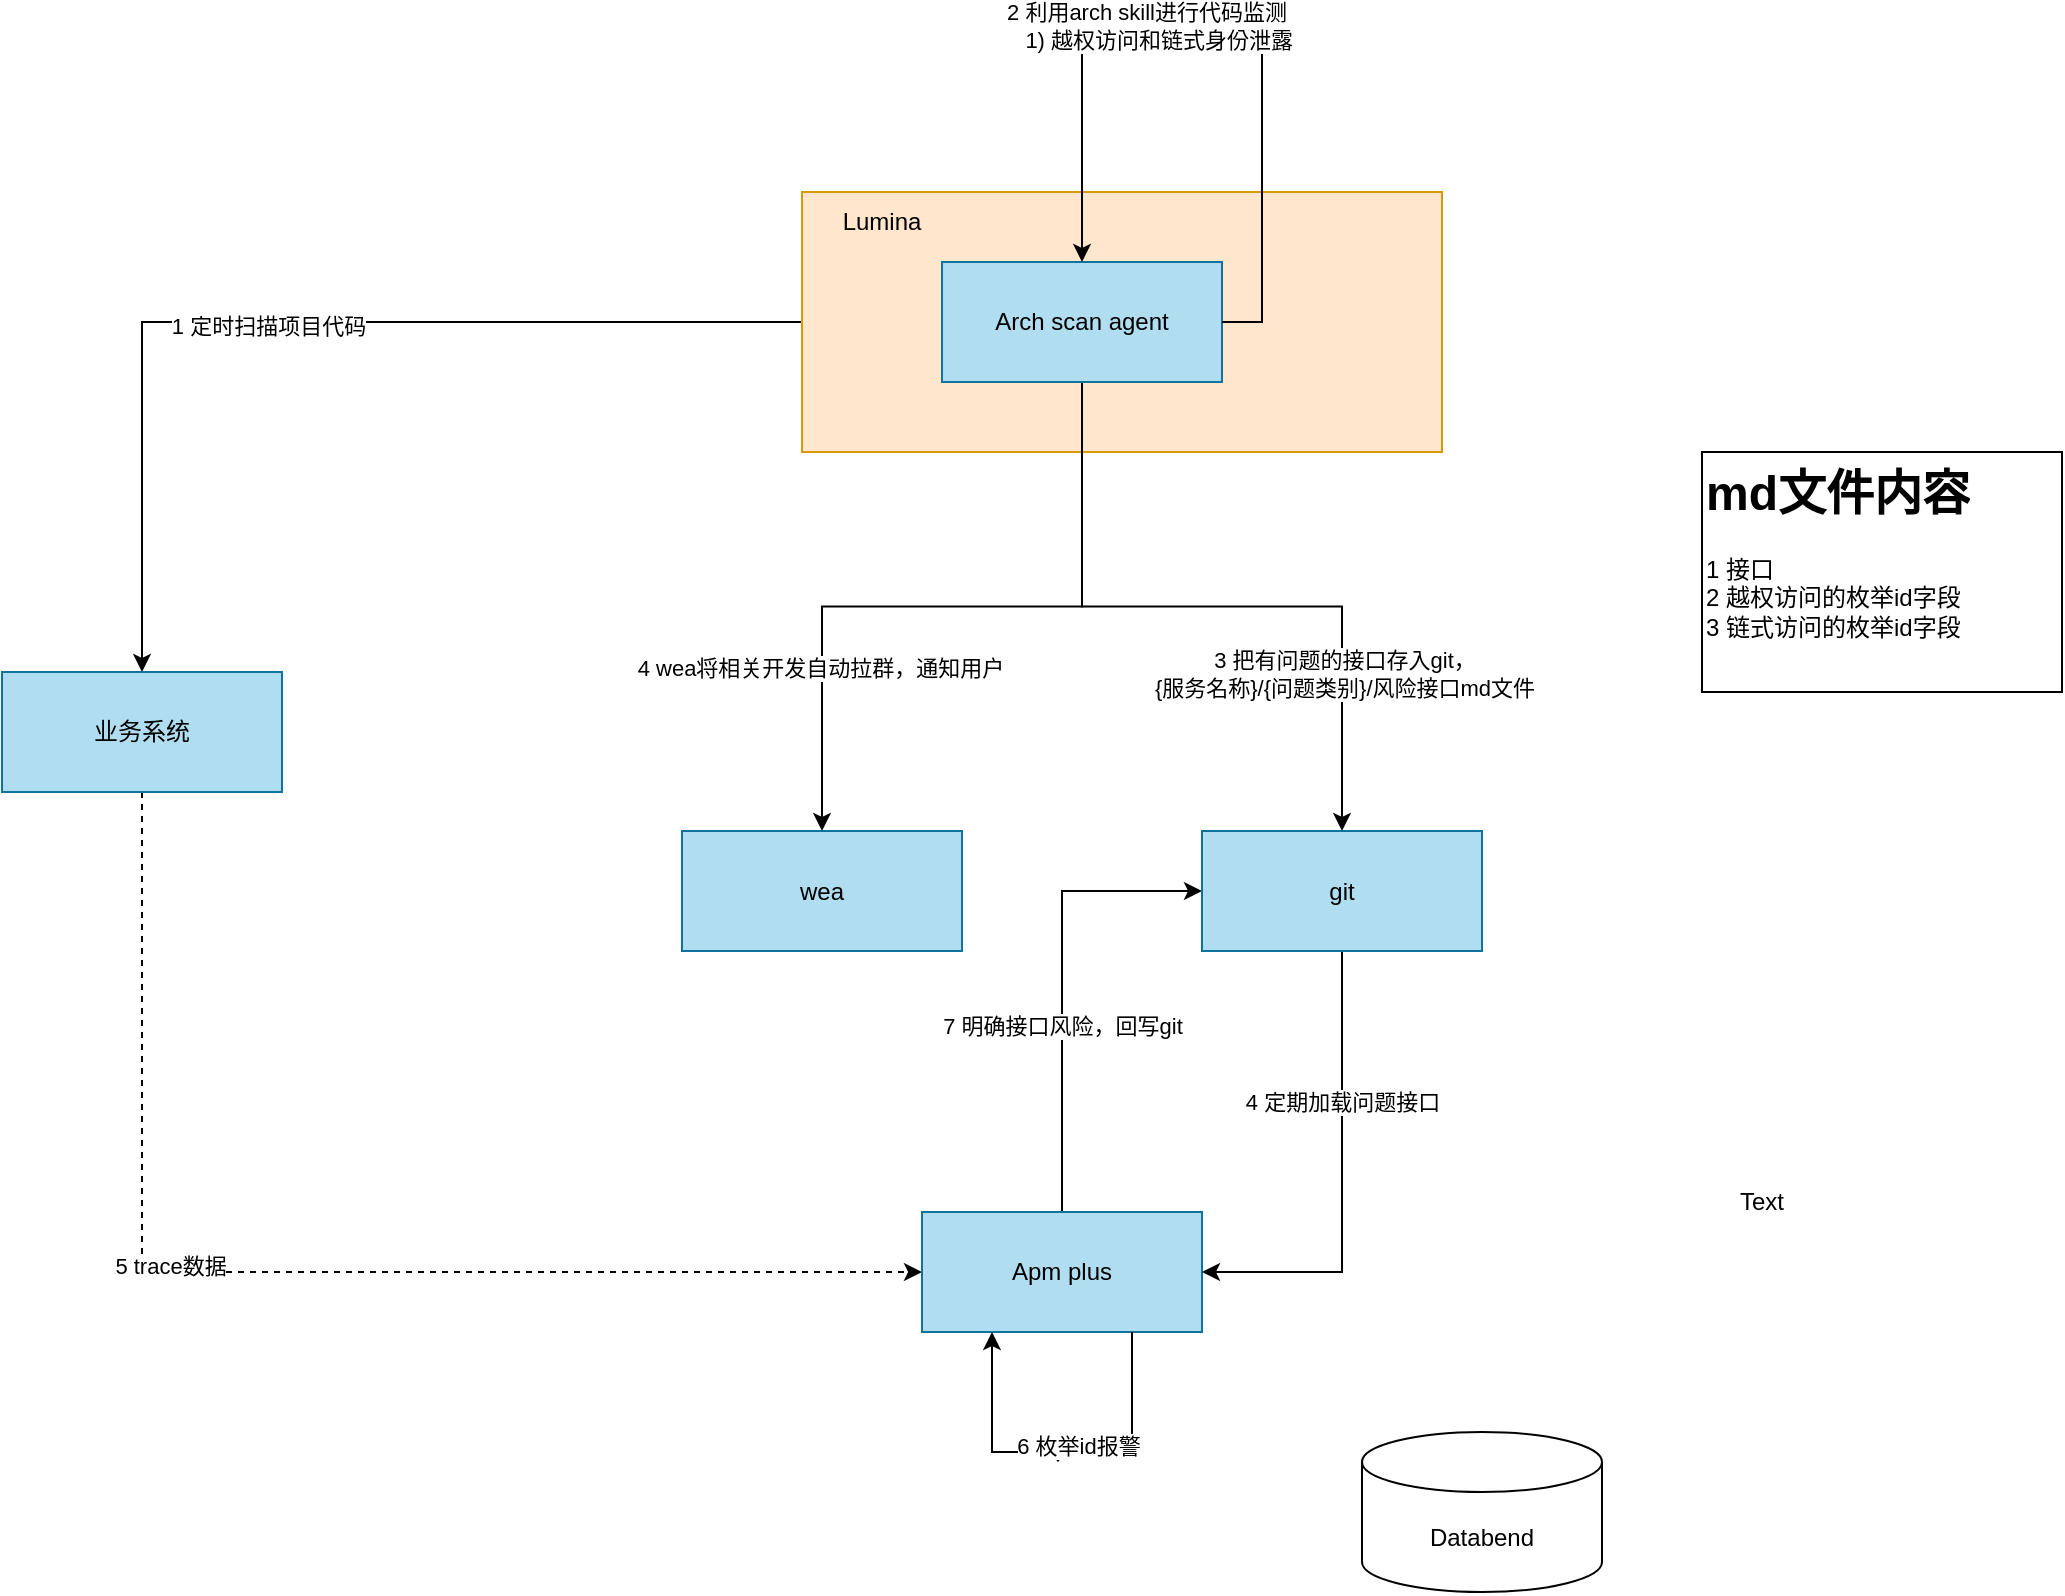
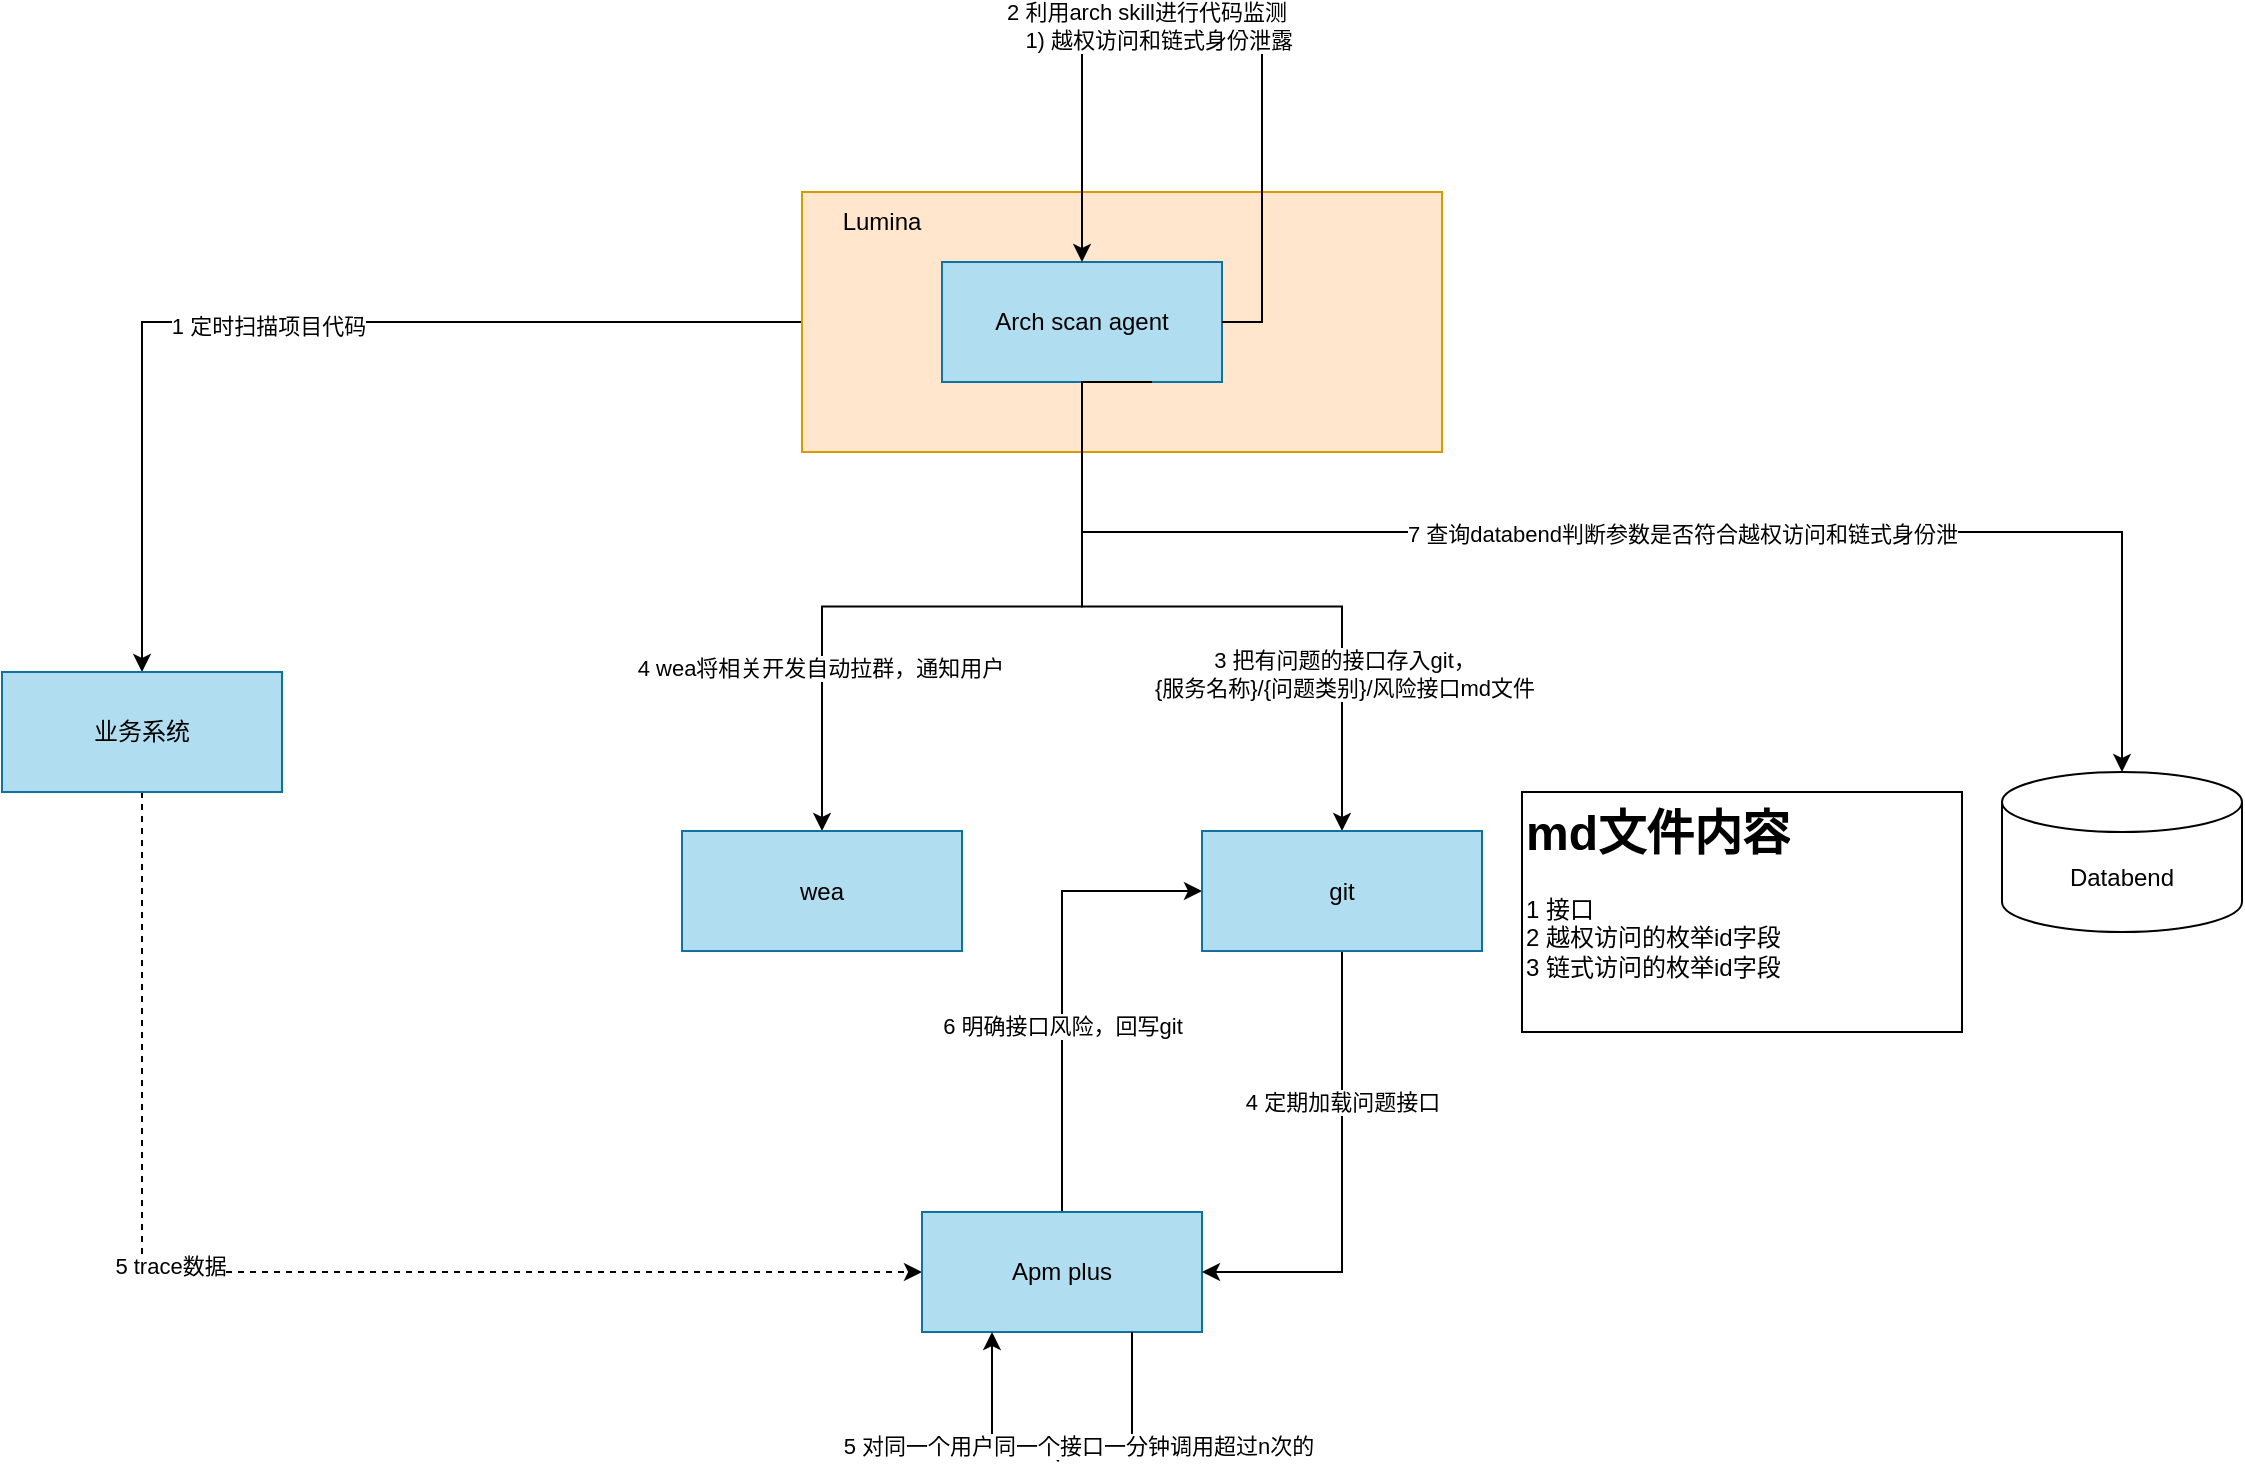
<mxfile host="app.diagrams.net">
  <diagram name="第 1 页" id="v4d0oD99BJNh_s1QToVL">
    <mxGraphModel dx="1222" dy="764" grid="1" gridSize="10" guides="1" tooltips="1" connect="1" arrows="1" fold="1" page="1" pageScale="1" pageWidth="3300" pageHeight="2339" math="0" shadow="0">
      <root>
        <mxCell id="0" />
        <mxCell id="1" parent="0" />
        <mxCell id="BZSGkBbcOcEUag34DBB_-2" edge="1" parent="1" source="SJECwPXb0EPlWWx2axZS-5" style="edgeStyle=orthogonalEdgeStyle;rounded=0;orthogonalLoop=1;jettySize=auto;html=1;exitX=0;exitY=0.5;exitDx=0;exitDy=0;" target="BZSGkBbcOcEUag34DBB_-1">
          <mxGeometry relative="1" as="geometry" />
        </mxCell>
        <mxCell id="BZSGkBbcOcEUag34DBB_-9" connectable="0" parent="BZSGkBbcOcEUag34DBB_-2" style="edgeLabel;html=1;align=center;verticalAlign=middle;resizable=0;points=[];" value="1 定时扫描项目代码" vertex="1">
          <mxGeometry relative="1" x="0.0582" y="2" as="geometry">
            <mxPoint as="offset" />
          </mxGeometry>
        </mxCell>
        <mxCell id="SJECwPXb0EPlWWx2axZS-5" parent="1" style="rounded=0;whiteSpace=wrap;html=1;fillColor=#ffe6cc;strokeColor=#d79b00;" value="" vertex="1">
          <mxGeometry height="130" width="320" x="530" y="160" as="geometry" />
        </mxCell>
        <mxCell id="BZSGkBbcOcEUag34DBB_-19" edge="1" parent="1" source="BZSGkBbcOcEUag34DBB_-1" style="edgeStyle=orthogonalEdgeStyle;rounded=0;orthogonalLoop=1;jettySize=auto;html=1;exitX=0.5;exitY=1;exitDx=0;exitDy=0;entryX=0;entryY=0.5;entryDx=0;entryDy=0;dashed=1;" target="BZSGkBbcOcEUag34DBB_-3">
          <mxGeometry relative="1" as="geometry" />
        </mxCell>
        <mxCell id="BZSGkBbcOcEUag34DBB_-20" connectable="0" parent="BZSGkBbcOcEUag34DBB_-19" style="edgeLabel;html=1;align=center;verticalAlign=middle;resizable=0;points=[];" value="5 trace数据" vertex="1">
          <mxGeometry relative="1" x="-0.1937" y="3" as="geometry">
            <mxPoint as="offset" />
          </mxGeometry>
        </mxCell>
        <mxCell id="BZSGkBbcOcEUag34DBB_-1" parent="1" style="rounded=0;whiteSpace=wrap;html=1;fillColor=#b1ddf0;strokeColor=#10739e;" value="业务系统" vertex="1">
          <mxGeometry height="60" width="140" x="130" y="400" as="geometry" />
        </mxCell>
        <mxCell id="BZSGkBbcOcEUag34DBB_-23" edge="1" parent="1" source="BZSGkBbcOcEUag34DBB_-3" style="edgeStyle=orthogonalEdgeStyle;rounded=0;orthogonalLoop=1;jettySize=auto;html=1;exitX=0.5;exitY=0;exitDx=0;exitDy=0;entryX=0;entryY=0.5;entryDx=0;entryDy=0;" target="BZSGkBbcOcEUag34DBB_-6">
          <mxGeometry relative="1" as="geometry" />
        </mxCell>
-         <mxCell id="BZSGkBbcOcEUag34DBB_-24" connectable="0" parent="BZSGkBbcOcEUag34DBB_-23" style="edgeLabel;html=1;align=center;verticalAlign=middle;resizable=0;points=[];" value="7 明确接口风险，回写git" vertex="1">
+         <mxCell id="BZSGkBbcOcEUag34DBB_-24" connectable="0" parent="BZSGkBbcOcEUag34DBB_-23" style="edgeLabel;html=1;align=center;verticalAlign=middle;resizable=0;points=[];" value="6 明确接口风险，回写git" vertex="1">
          <mxGeometry relative="1" x="-0.1931" as="geometry">
            <mxPoint as="offset" />
          </mxGeometry>
        </mxCell>
        <mxCell id="BZSGkBbcOcEUag34DBB_-3" parent="1" style="rounded=0;whiteSpace=wrap;html=1;fillColor=#b1ddf0;strokeColor=#10739e;" value="Apm plus" vertex="1">
          <mxGeometry height="60" width="140" x="590" y="670" as="geometry" />
        </mxCell>
        <mxCell id="BZSGkBbcOcEUag34DBB_-7" edge="1" parent="1" source="SJECwPXb0EPlWWx2axZS-4" style="edgeStyle=orthogonalEdgeStyle;rounded=0;orthogonalLoop=1;jettySize=auto;html=1;exitX=0.5;exitY=1;exitDx=0;exitDy=0;" target="BZSGkBbcOcEUag34DBB_-6">
          <mxGeometry relative="1" as="geometry" />
        </mxCell>
        <mxCell id="BZSGkBbcOcEUag34DBB_-14" connectable="0" parent="BZSGkBbcOcEUag34DBB_-7" style="edgeLabel;html=1;align=center;verticalAlign=middle;resizable=0;points=[];" value="3 把有问题的接口存入git，&lt;div&gt;{服务名称}/&lt;span style=&quot;background-color: light-dark(#ffffff, var(--ge-dark-color, #121212)); color: light-dark(rgb(0, 0, 0), rgb(255, 255, 255));&quot;&gt;{问题类别}/风险接口md文件&lt;/span&gt;&lt;/div&gt;" vertex="1">
          <mxGeometry relative="1" x="0.0845" y="1" as="geometry">
            <mxPoint x="51" y="34" as="offset" />
          </mxGeometry>
        </mxCell>
        <mxCell id="BZSGkBbcOcEUag34DBB_-8" edge="1" parent="1" source="SJECwPXb0EPlWWx2axZS-4" style="edgeStyle=orthogonalEdgeStyle;rounded=0;orthogonalLoop=1;jettySize=auto;html=1;exitX=0.5;exitY=1;exitDx=0;exitDy=0;" target="BZSGkBbcOcEUag34DBB_-5">
          <mxGeometry relative="1" as="geometry" />
        </mxCell>
        <mxCell id="BZSGkBbcOcEUag34DBB_-15" connectable="0" parent="BZSGkBbcOcEUag34DBB_-8" style="edgeLabel;html=1;align=center;verticalAlign=middle;resizable=0;points=[];" value="4 wea将相关开发自动拉群，通知用户" vertex="1">
          <mxGeometry relative="1" x="0.538" y="-1" as="geometry">
            <mxPoint as="offset" />
          </mxGeometry>
        </mxCell>
        <mxCell id="SJECwPXb0EPlWWx2axZS-4" parent="1" style="rounded=0;whiteSpace=wrap;html=1;fillColor=#b1ddf0;strokeColor=#10739e;" value="Arch scan agent" vertex="1">
          <mxGeometry height="60" width="140" x="600" y="195" as="geometry" />
        </mxCell>
        <mxCell id="BZSGkBbcOcEUag34DBB_-4" parent="1" style="text;html=1;whiteSpace=wrap;strokeColor=none;fillColor=none;align=center;verticalAlign=middle;rounded=0;" value="Lumina" vertex="1">
          <mxGeometry height="30" width="60" x="540" y="160" as="geometry" />
        </mxCell>
        <mxCell id="BZSGkBbcOcEUag34DBB_-5" parent="1" style="rounded=0;whiteSpace=wrap;html=1;fillColor=#b1ddf0;strokeColor=#10739e;" value="wea" vertex="1">
          <mxGeometry height="60" width="140" x="470" y="479.5" as="geometry" />
        </mxCell>
        <mxCell id="BZSGkBbcOcEUag34DBB_-17" edge="1" parent="1" source="BZSGkBbcOcEUag34DBB_-6" style="edgeStyle=orthogonalEdgeStyle;rounded=0;orthogonalLoop=1;jettySize=auto;html=1;exitX=0.5;exitY=1;exitDx=0;exitDy=0;entryX=1;entryY=0.5;entryDx=0;entryDy=0;" target="BZSGkBbcOcEUag34DBB_-3">
          <mxGeometry relative="1" as="geometry" />
        </mxCell>
        <mxCell id="BZSGkBbcOcEUag34DBB_-18" connectable="0" parent="BZSGkBbcOcEUag34DBB_-17" style="edgeLabel;html=1;align=center;verticalAlign=middle;resizable=0;points=[];" value="4 定期加载问题接口" vertex="1">
          <mxGeometry relative="1" x="-0.3536" as="geometry">
            <mxPoint y="1" as="offset" />
          </mxGeometry>
        </mxCell>
        <mxCell id="BZSGkBbcOcEUag34DBB_-6" parent="1" style="rounded=0;whiteSpace=wrap;html=1;fillColor=#b1ddf0;strokeColor=#10739e;" value="git" vertex="1">
          <mxGeometry height="60" width="140" x="730" y="479.5" as="geometry" />
        </mxCell>
        <mxCell id="BZSGkBbcOcEUag34DBB_-12" edge="1" parent="1" source="SJECwPXb0EPlWWx2axZS-4" style="edgeStyle=orthogonalEdgeStyle;rounded=0;orthogonalLoop=1;jettySize=auto;html=1;exitX=1;exitY=0.5;exitDx=0;exitDy=0;entryX=0.5;entryY=0;entryDx=0;entryDy=0;" target="SJECwPXb0EPlWWx2axZS-4">
          <mxGeometry relative="1" as="geometry">
            <Array as="points">
              <mxPoint x="760" y="225" />
              <mxPoint x="760" y="80" />
              <mxPoint x="670" y="80" />
            </Array>
          </mxGeometry>
        </mxCell>
        <mxCell id="BZSGkBbcOcEUag34DBB_-13" connectable="0" parent="BZSGkBbcOcEUag34DBB_-12" style="edgeLabel;html=1;align=center;verticalAlign=middle;resizable=0;points=[];" value="2 利用arch skill进行代码监测&lt;div&gt;&amp;nbsp; &amp;nbsp; 1) 越权访问和链式身份泄露&lt;/div&gt;" vertex="1">
          <mxGeometry relative="1" x="0.2054" y="-3" as="geometry">
            <mxPoint as="offset" />
          </mxGeometry>
        </mxCell>
        <mxCell id="BZSGkBbcOcEUag34DBB_-21" edge="1" parent="1" source="BZSGkBbcOcEUag34DBB_-3" style="edgeStyle=orthogonalEdgeStyle;rounded=0;orthogonalLoop=1;jettySize=auto;html=1;exitX=0.75;exitY=1;exitDx=0;exitDy=0;entryX=0.25;entryY=1;entryDx=0;entryDy=0;" target="BZSGkBbcOcEUag34DBB_-3" value="、">
          <mxGeometry relative="1" as="geometry">
            <Array as="points">
              <mxPoint x="695" y="790" />
              <mxPoint x="625" y="790" />
            </Array>
          </mxGeometry>
        </mxCell>
-         <mxCell id="BZSGkBbcOcEUag34DBB_-22" connectable="0" parent="BZSGkBbcOcEUag34DBB_-21" style="edgeLabel;html=1;align=center;verticalAlign=middle;resizable=0;points=[];" value="6 枚举id报警" vertex="1">
+         <mxCell id="BZSGkBbcOcEUag34DBB_-22" connectable="0" parent="BZSGkBbcOcEUag34DBB_-21" style="edgeLabel;html=1;align=center;verticalAlign=middle;resizable=0;points=[];" value="5 对同一个用户同一个接口一分钟调用超过n次的" vertex="1">
          <mxGeometry relative="1" x="-0.0842" y="-3" as="geometry">
            <mxPoint as="offset" />
          </mxGeometry>
        </mxCell>
        <mxCell id="BZSGkBbcOcEUag34DBB_-26" parent="1" style="text;html=1;whiteSpace=wrap;overflow=hidden;rounded=0;strokeColor=default;" value="&lt;h1 style=&quot;margin-top: 0px;&quot;&gt;md文件内容&lt;/h1&gt;&lt;p&gt;1 接口&lt;br&gt;2 越权访问的枚举id字段&lt;br&gt;3 链式访问的&lt;span style=&quot;background-color: transparent; color: light-dark(rgb(0, 0, 0), rgb(255, 255, 255));&quot;&gt;枚举id字段&lt;/span&gt;&lt;/p&gt;" vertex="1">
-           <mxGeometry height="120" width="180" x="980" y="290" as="geometry" />
+           <mxGeometry height="120" width="220" x="890" y="460" as="geometry" />
        </mxCell>
        <mxCell id="BZSGkBbcOcEUag34DBB_-27" parent="1" style="shape=cylinder3;whiteSpace=wrap;html=1;boundedLbl=1;backgroundOutline=1;size=15;" value="Databend" vertex="1">
-           <mxGeometry height="80" width="120" x="810" y="780" as="geometry" />
+           <mxGeometry height="80" width="120" x="1130" y="450" as="geometry" />
        </mxCell>
-         <mxCell id="BZSGkBbcOcEUag34DBB_-29" parent="1" style="text;html=1;whiteSpace=wrap;strokeColor=none;fillColor=none;align=center;verticalAlign=middle;rounded=0;" value="Text" vertex="1">
-           <mxGeometry height="70" width="220" x="900" y="630" as="geometry" />
+         <mxCell id="BZSGkBbcOcEUag34DBB_-30" edge="1" parent="1" source="SJECwPXb0EPlWWx2axZS-4" style="edgeStyle=orthogonalEdgeStyle;rounded=0;orthogonalLoop=1;jettySize=auto;html=1;exitX=0.75;exitY=1;exitDx=0;exitDy=0;entryX=0.5;entryY=0;entryDx=0;entryDy=0;entryPerimeter=0;" target="BZSGkBbcOcEUag34DBB_-27">
+           <mxGeometry relative="1" as="geometry">
+             <Array as="points">
+               <mxPoint x="670" y="255" />
+               <mxPoint x="670" y="330" />
+               <mxPoint x="1190" y="330" />
+             </Array>
+           </mxGeometry>
+         </mxCell>
+         <mxCell id="BZSGkBbcOcEUag34DBB_-31" connectable="0" parent="BZSGkBbcOcEUag34DBB_-30" style="edgeLabel;html=1;align=center;verticalAlign=middle;resizable=0;points=[];" value="7 查询databend判断参数是否符合越权访问和链式身份泄" vertex="1">
+           <mxGeometry relative="1" x="-0.1573" y="-1" as="geometry">
+             <mxPoint x="94" as="offset" />
+           </mxGeometry>
        </mxCell>
      </root>
    </mxGraphModel>
  </diagram>
</mxfile>
